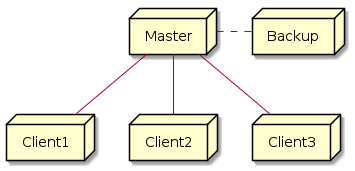
This is diagrams/master-client.png from mmshabab90/TTK4145-1, a PlantUML export, as it was before one commit. The source it was exported from:
```plantuml
@startuml
Node Master
Node Backup
Node Client1
Node Client2
Node Client3

Master -right.. Backup
Master -- Client1
Master -- Client2
Master -- Client3

@enduml
```
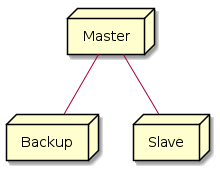
The same diagram one commit later.

Diff of the diagram source:
```diff
@@ -1,13 +1,9 @@
 @startuml
 Node Master
-Node Backup
-Node Client1
-Node Client2
-Node Client3
+Node Client1 as "Backup"
+Node Client2 as "Slave"
 
-Master -right.. Backup
 Master -- Client1
 Master -- Client2
-Master -- Client3
 
 @enduml
```
